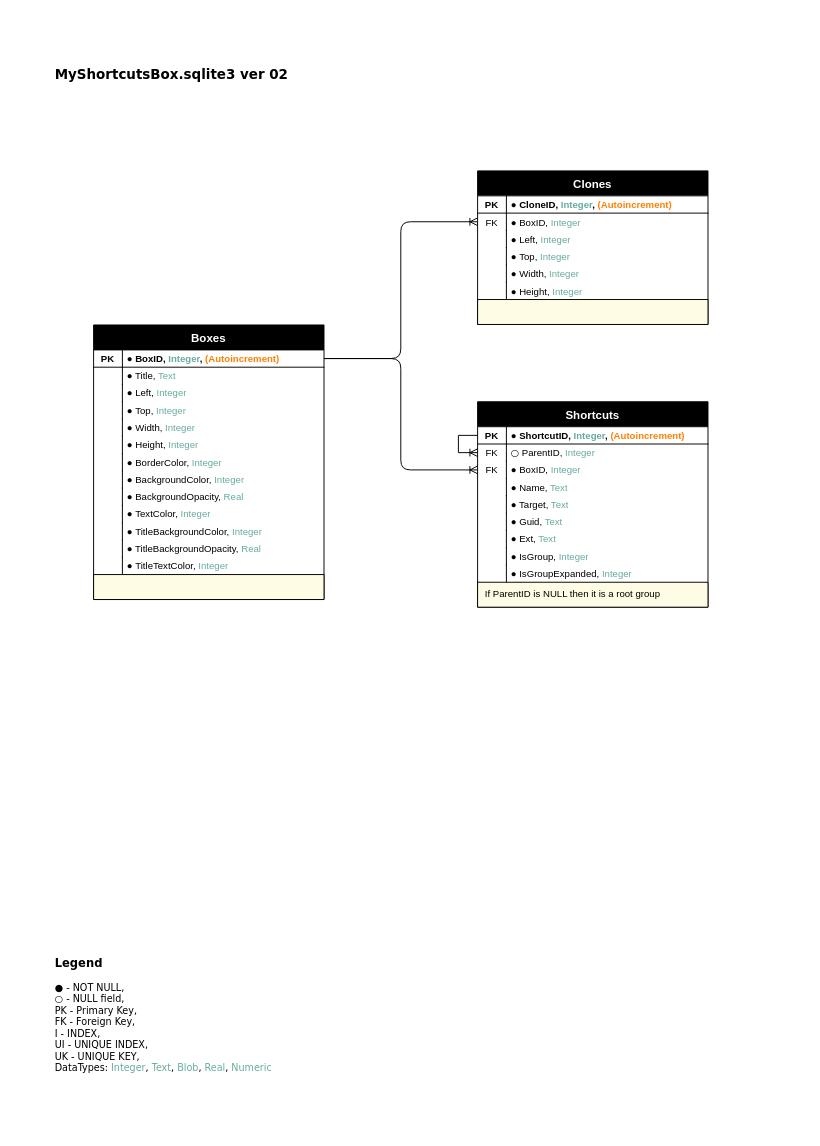
Before: Database/mdsho.sqlite3.drawio in ervingegprifti/MDSHO_FREE, a draw.io diagram. Source tidied: cells renumbered, new cells numbered last; positions are measured from the earlier drawing's top-left corner, leaving out a move shared by most shapes. Both pictures are drawn from the tidied source at 96%, with x=0, y=0 at pixel (16, 16).
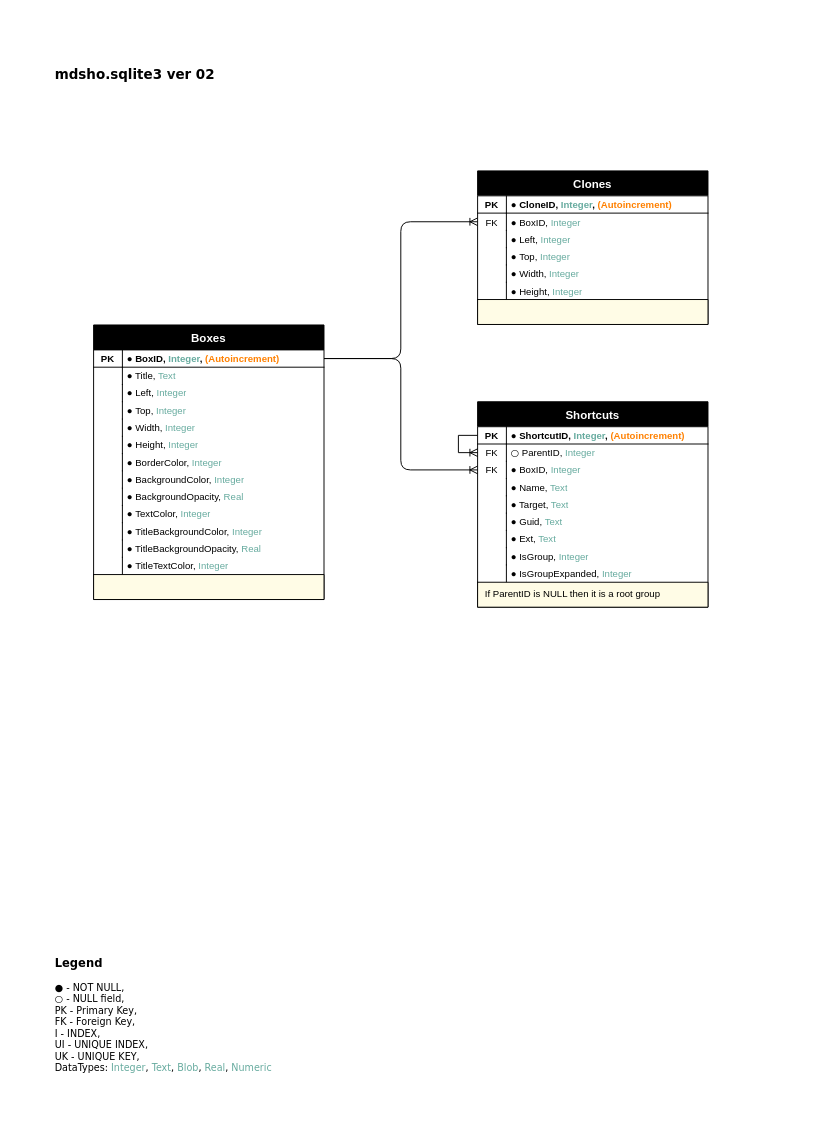
The same page after the edit.

What changed in the source:
```diff
@@
-    <mxCell id="2" value="&lt;div style=&quot;text-align: left ; font-size: 14px&quot;&gt;&lt;span style=&quot;font-size: 14px&quot;&gt;MyShortcutsBox.sqlite3 ver 02&lt;/span&gt;&lt;/div&gt;" style="text;strokeColor=none;fillColor=none;spacing=0;spacingTop=0;overflow=hidden;rounded=0;shadow=0;glass=0;comic=0;startSize=26;fontFamily=Verdana;fontSize=14;fontColor=#000000;verticalAlign=middle;html=1;fontStyle=1;spacingLeft=40;labelPosition=center;verticalLabelPosition=middle;align=left;" parent="1" vertex="1">
+    <mxCell id="2" value="&lt;div style=&quot;text-align: left ; font-size: 14px&quot;&gt;&lt;span style=&quot;font-size: 14px&quot;&gt;mdsho.sqlite3 ver 02&lt;/span&gt;&lt;/div&gt;" style="text;strokeColor=none;fillColor=none;spacing=0;spacingTop=0;overflow=hidden;rounded=0;shadow=0;glass=0;comic=0;startSize=26;fontFamily=Verdana;fontSize=14;fontColor=#000000;verticalAlign=middle;html=1;fontStyle=1;spacingLeft=40;labelPosition=center;verticalLabelPosition=middle;align=left;" parent="1" vertex="1">
       <mxGeometry width="820" height="120" as="geometry" />
     </mxCell>
```
